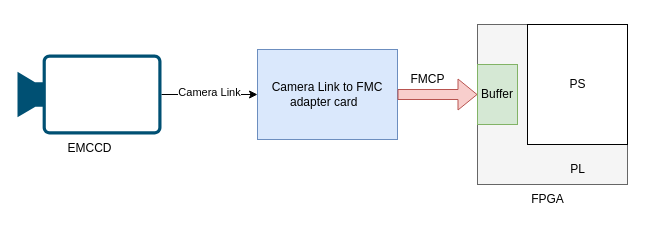
Winston2337/drawIO keeps this draw.io diagram as diagram/Untitled Diagram.drawio. Above is the earlier version. Source tidied: cells renumbered, new cells numbered last; positions are measured from the earlier drawing's top-left corner, leaving out a move shared by most shapes. Both pictures are drawn from the tidied source at 100%, with x=0, y=0 at pixel (17, 24).
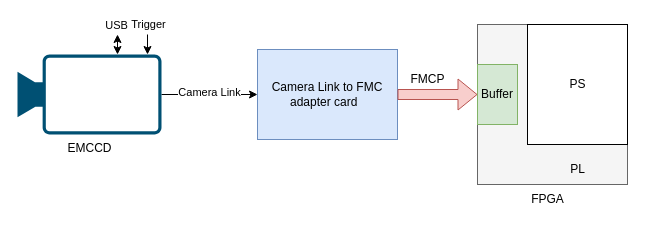
After the change.

Diff of the diagram source:
```diff
@@
+    <mxCell id="16" style="endArrow=classic;startArrow=classic;html=1;rounded=0;" parent="1" edge="1">
+      <mxGeometry relative="1" as="geometry">
+        <mxPoint x="100" y="10" as="sourcePoint" />
+        <mxPoint x="100" y="30" as="targetPoint" />
+      </mxGeometry>
+    </mxCell>
+    <mxCell id="17" value="USB" style="edgeLabel;html=1;align=center;verticalAlign=middle;" parent="16" vertex="1">
+      <mxGeometry x="0.33" y="-2" relative="1" as="geometry">
+        <mxPoint y="-23" as="offset" />
+      </mxGeometry>
+    </mxCell>
+    <mxCell id="18" style="endArrow=classic;html=1;rounded=0;" parent="1" edge="1">
+      <mxGeometry relative="1" as="geometry">
+        <mxPoint x="130" y="10" as="sourcePoint" />
+        <mxPoint x="130" y="30" as="targetPoint" />
+      </mxGeometry>
+    </mxCell>
+    <mxCell id="19" value="Trigger" style="edgeLabel;html=1;align=center;verticalAlign=middle;" parent="18" vertex="1">
+      <mxGeometry x="-0.46" y="1" relative="1" as="geometry">
+        <mxPoint x="-1" y="-16" as="offset" />
+      </mxGeometry>
+    </mxCell>
```
